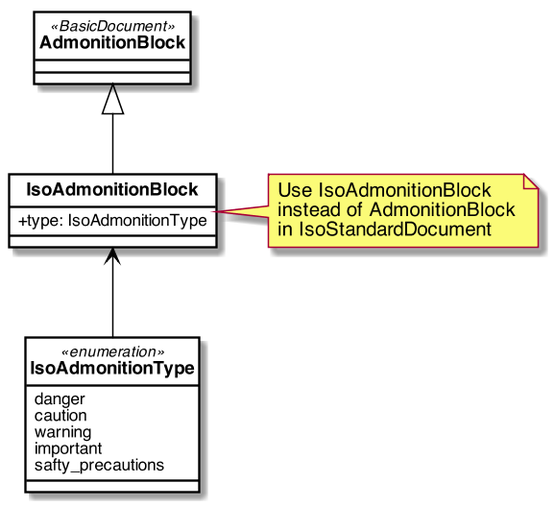
metanorma/standoc-models keeps this PlantUML diagram as iso/images/IsoDoc_IsoBlocks.png. Above is the earlier version.
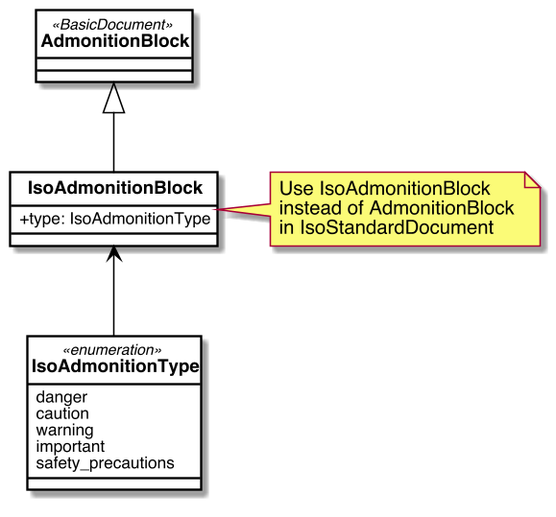
The same diagram one commit later.

What changed in the source:
```diff
@@ -1,44 +1,6 @@
 @startuml IsoDoc_IsoBlocks
 
-
-skinparam Dpi 150
-skinparam Monochrome false
-skinparam LineType ortho
-hide circle
-skinparam Default {
-  TextAlignment center
-  FontName Helvetica
-}
-skinparam Class {
-  AttributeIconSize 0
-  BackgroundColor White
-  ArrowColor Black
-  BorderColor Black
-  FontStyle bold
-  StereotypeFontSize 10
-}
-skinparam Rectangle {
-  BackgroundColor White
-  ArrowColor Black
-  BorderColor Black
-  FontStyle bold
-  FontSize 11
-  StereotypeFontSize 10
-}
-skinparam Object {
-  BackgroundColor White
-  ArrowColor Black
-  BorderColor Black
-  FontStyle bold
-  FontSize 11
-  StereotypeFontSize 10
-}
-
-skinparam Entity {
-  StereotypeFontSize 10
-}
-
-
+!include style.uml.inc
 
 
 class AdmonitionBlock <<BasicDocument>> {
@@ -55,7 +17,7 @@
     caution
     warning
     important
-    safty_precautions
+    safety_precautions
 }
 
 note right of IsoAdmonitionBlock: Use IsoAdmonitionBlock\ninstead of AdmonitionBlock\nin IsoStandardDocument
```
